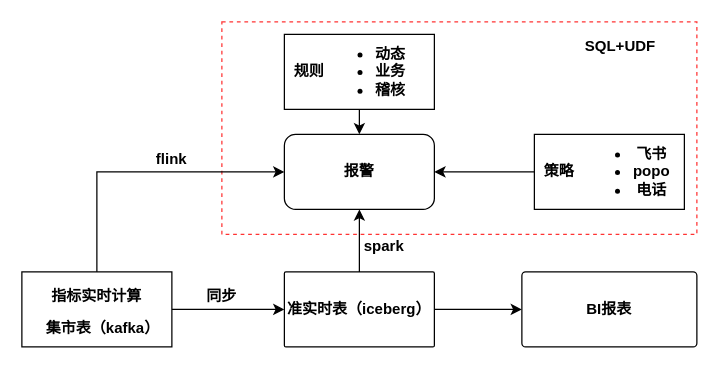
Before: mt风控报警.drawio in mineminemine123/work-wiki, a draw.io diagram. Source tidied: cells renumbered, new cells numbered last; positions are measured from the earlier drawing's top-left corner, leaving out a move shared by most shapes. Both pictures are drawn from the tidied source at 125%, with x=0, y=0 at pixel (21, 21).
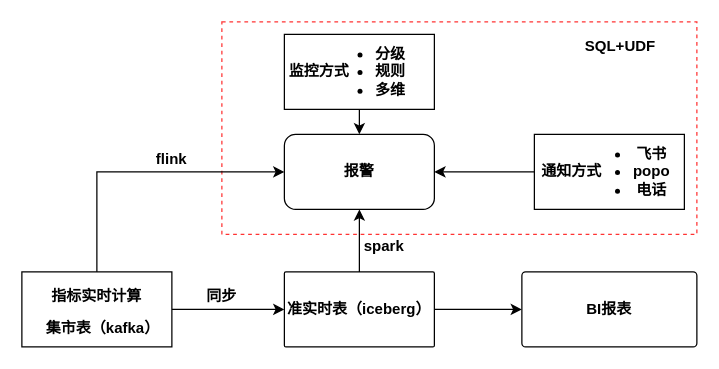
Above is the later version.

Commit message:
更新mt风控报警.drawio

What changed in the source:
```diff
@@
-    <mxCell id="20" value="规则" style="text;html=1;strokeColor=none;fillColor=none;align=center;verticalAlign=middle;whiteSpace=wrap;rounded=0;fontStyle=1;fontFamily=微软雅黑;" parent="1" vertex="1">
-      <mxGeometry x="180" y="30" width="100" height="20" as="geometry" />
+    <mxCell id="20" value="监控方式" style="text;html=1;strokeColor=none;fillColor=none;align=center;verticalAlign=middle;whiteSpace=wrap;rounded=0;fontStyle=1;fontFamily=微软雅黑;" parent="1" vertex="1">
+      <mxGeometry x="188" y="30" width="100" height="20" as="geometry" />
     </mxCell>
@@
-    <mxCell id="22" value="策略" style="text;html=1;strokeColor=none;fillColor=none;align=center;verticalAlign=middle;whiteSpace=wrap;rounded=0;fontStyle=1;fontFamily=微软雅黑;" parent="1" vertex="1">
-      <mxGeometry x="380" y="110" width="100" height="20" as="geometry" />
+    <mxCell id="22" value="通知方式" style="text;html=1;strokeColor=none;fillColor=none;align=center;verticalAlign=middle;whiteSpace=wrap;rounded=0;fontStyle=1;fontFamily=微软雅黑;" parent="1" vertex="1">
+      <mxGeometry x="390" y="110" width="100" height="20" as="geometry" />
     </mxCell>
-    <mxCell id="23" value="&lt;ul&gt;&lt;li&gt;动态&lt;/li&gt;&lt;li&gt;业务&lt;/li&gt;&lt;li&gt;稽核&lt;/li&gt;&lt;/ul&gt;" style="text;html=1;strokeColor=none;fillColor=none;align=center;verticalAlign=middle;whiteSpace=wrap;rounded=0;fontStyle=1;fontFamily=微软雅黑;" parent="1" vertex="1">
+    <mxCell id="23" value="&lt;ul&gt;&lt;li&gt;分级&lt;/li&gt;&lt;li&gt;规则&lt;/li&gt;&lt;li&gt;多维&lt;/li&gt;&lt;/ul&gt;" style="text;html=1;strokeColor=none;fillColor=none;align=center;verticalAlign=middle;whiteSpace=wrap;rounded=0;fontStyle=1;fontFamily=微软雅黑;" parent="1" vertex="1">
       <mxGeometry x="230" y="20" width="90" height="40" as="geometry" />
     </mxCell>
```
